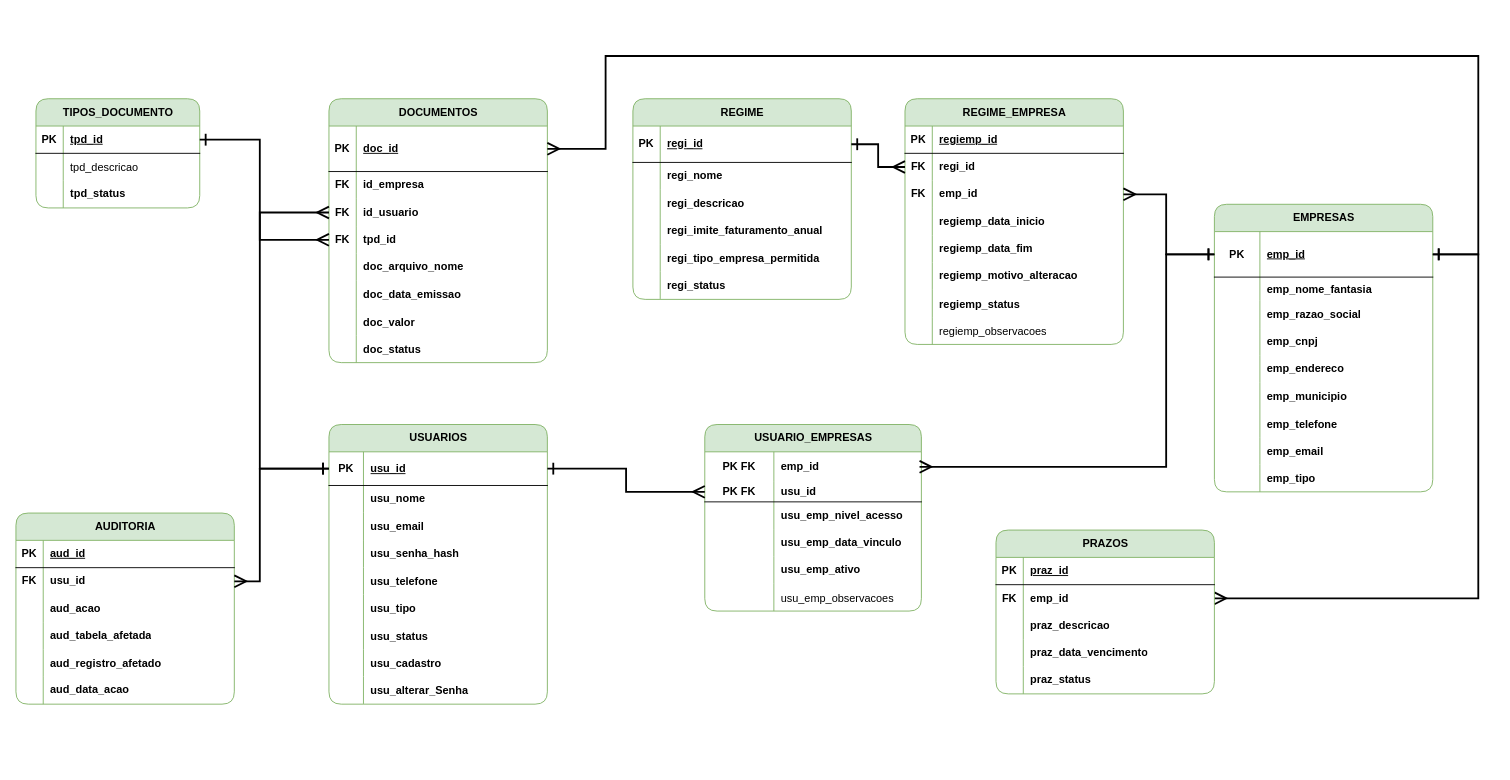
This is src/dataBase/Diagrama_Contabilidade_TCC.drawio from joaoromeira-etec/API-TCC-CONTAX, a draw.io file, before an edit. Source tidied: cells renumbered, new cells numbered last; positions are measured from the earlier drawing's top-left corner, leaving out a move shared by most shapes. Both pictures are drawn from the tidied source at 91%, with x=0, y=0 at pixel (15, 15).
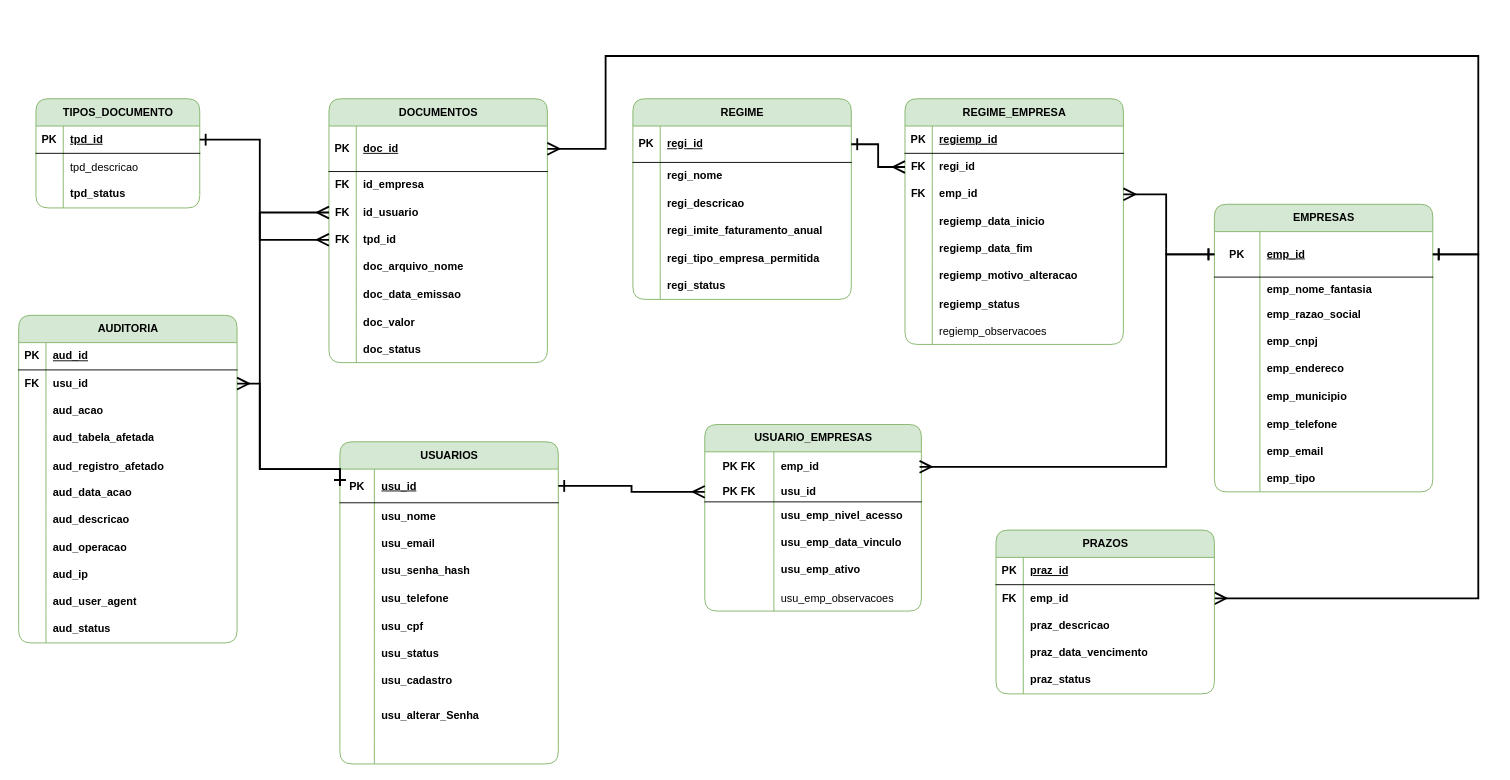
After the change.

Unchanged cells that the change refers to:
```xml
<mxCell id="3" style="shape=tableRow;horizontal=0;startSize=0;swimlaneHead=0;swimlaneBody=0;fillColor=none;points=[[0,0.5],[1,0.5]];portConstraint=eastwest;top=0;left=0;right=0;bottom=1;fontStyle=0;strokeColor=light-dark(#000000,#99CCFF);" parent="2" vertex="1">
  <mxGeometry y="30" width="240" height="37" as="geometry" />
</mxCell>
<mxCell id="18" style="shape=tableRow;horizontal=0;startSize=0;swimlaneHead=0;swimlaneBody=0;fillColor=none;top=0;left=0;right=0;bottom=0;" parent="2" vertex="1">
  <mxGeometry y="187" width="240" height="30" as="geometry" />
</mxCell>
<mxCell id="87" style="shape=tableRow;horizontal=0;startSize=0;swimlaneHead=0;swimlaneBody=0;fillColor=none;points=[[0,0.5],[1,0.5]];portConstraint=eastwest;top=0;left=0;right=0;bottom=0;" parent="83" vertex="1">
  <mxGeometry y="60" width="240" height="30" as="geometry" />
</mxCell>
```

Change to the diagram source:
```diff
@@
     <mxCell id="2" value="USUARIOS" style="shape=table;startSize=30;childLayout=tableLayout;rowLines=0;fontStyle=1;align=center;html=1;rounded=1;fillColor=#d5e8d4;strokeColor=#82b366;" parent="1" vertex="1">
-      <mxGeometry x="344" y="449" width="240" height="307.3" as="geometry" />
+      <mxGeometry x="356" y="468" width="240" height="354" as="geometry" />
     </mxCell>
@@
-    <mxCell id="20" value="usu_tipo" style="shape=partialRectangle;fillColor=none;top=0;left=0;bottom=0;right=0;align=left;spacingLeft=6;overflow=hidden;fontStyle=1;" parent="18" vertex="1">
+    <mxCell id="20" value="usu_cpf" style="shape=partialRectangle;fillColor=none;top=0;left=0;bottom=0;right=0;align=left;spacingLeft=6;overflow=hidden;fontStyle=1;" parent="18" vertex="1">
       <mxGeometry x="37.9" width="202.1" height="30" as="geometry" />
     </mxCell>
@@
     <mxCell id="27" style="shape=tableRow;horizontal=0;startSize=0;swimlaneHead=0;swimlaneBody=0;fillColor=none;top=0;left=0;right=0;bottom=0;" parent="2" vertex="1">
-      <mxGeometry y="277" width="240" height="30" as="geometry" />
+      <mxGeometry y="277" width="240" height="47" as="geometry" />
     </mxCell>
     <mxCell id="28" style="shape=partialRectangle;fillColor=none;top=0;left=0;bottom=0;right=0;overflow=hidden;" parent="27" vertex="1">
-      <mxGeometry width="37.9" height="30" as="geometry" />
+      <mxGeometry width="37.9" height="47" as="geometry" />
     </mxCell>
     <mxCell id="29" value="usu_alterar_Senha" style="shape=partialRectangle;fillColor=none;top=0;left=0;bottom=0;right=0;align=left;spacingLeft=6;overflow=hidden;fontStyle=1;" parent="27" vertex="1">
-      <mxGeometry x="37.9" width="202.1" height="30" as="geometry" />
+      <mxGeometry x="37.9" width="202.1" height="47" as="geometry" />
     </mxCell>
+    <mxCell id="201" style="shape=tableRow;horizontal=0;startSize=0;swimlaneHead=0;swimlaneBody=0;fillColor=none;top=0;left=0;right=0;bottom=0;" parent="2" vertex="1">
+      <mxGeometry y="324" width="240" height="30" as="geometry" />
+    </mxCell>
+    <mxCell id="202" style="shape=partialRectangle;fillColor=none;top=0;left=0;bottom=0;right=0;overflow=hidden;whiteSpace=wrap;html=1;" parent="201" vertex="1">
+      <mxGeometry width="37.9" height="30" as="geometry" />
+    </mxCell>
+    <mxCell id="203" style="shape=partialRectangle;fillColor=none;top=0;left=0;bottom=0;right=0;align=left;spacingLeft=6;overflow=hidden;whiteSpace=wrap;html=1;" parent="201" vertex="1">
+      <mxGeometry x="37.9" width="202.1" height="30" as="geometry" />
+    </mxCell>
@@
     <mxCell id="83" value="AUDITORIA" style="shape=table;startSize=30;childLayout=tableLayout;rowLines=0;fontStyle=1;align=center;html=1;rounded=1;fillColor=#d5e8d4;strokeColor=#82b366;" parent="1" vertex="1">
-      <mxGeometry y="546.3" width="240" height="210" as="geometry" />
+      <mxGeometry x="3" y="329" width="240" height="360" as="geometry" />
     </mxCell>
@@
+    <mxCell id="204" style="shape=tableRow;horizontal=0;startSize=0;swimlaneHead=0;swimlaneBody=0;fillColor=none;top=0;left=0;right=0;bottom=0;" parent="83" vertex="1">
+      <mxGeometry y="210" width="240" height="30" as="geometry" />
+    </mxCell>
+    <mxCell id="205" style="shape=partialRectangle;fillColor=none;top=0;left=0;bottom=0;right=0;overflow=hidden;whiteSpace=wrap;html=1;" parent="204" vertex="1">
+      <mxGeometry width="30" height="30" as="geometry" />
+    </mxCell>
+    <mxCell id="206" value="&lt;b&gt;aud_descricao&lt;/b&gt;" style="shape=partialRectangle;fillColor=none;top=0;left=0;bottom=0;right=0;align=left;spacingLeft=6;overflow=hidden;whiteSpace=wrap;html=1;" parent="204" vertex="1">
+      <mxGeometry x="30" width="210" height="30" as="geometry" />
+    </mxCell>
+    <mxCell id="207" style="shape=tableRow;horizontal=0;startSize=0;swimlaneHead=0;swimlaneBody=0;fillColor=none;top=0;left=0;right=0;bottom=0;" parent="83" vertex="1">
+      <mxGeometry y="240" width="240" height="30" as="geometry" />
+    </mxCell>
+    <mxCell id="208" style="shape=partialRectangle;fillColor=none;top=0;left=0;bottom=0;right=0;overflow=hidden;whiteSpace=wrap;html=1;" parent="207" vertex="1">
+      <mxGeometry width="30" height="30" as="geometry" />
+    </mxCell>
+    <mxCell id="209" value="&lt;b&gt;aud_operacao&lt;/b&gt;" style="shape=partialRectangle;fillColor=none;top=0;left=0;bottom=0;right=0;align=left;spacingLeft=6;overflow=hidden;whiteSpace=wrap;html=1;" parent="207" vertex="1">
+      <mxGeometry x="30" width="210" height="30" as="geometry" />
+    </mxCell>
+    <mxCell id="210" style="shape=tableRow;horizontal=0;startSize=0;swimlaneHead=0;swimlaneBody=0;fillColor=none;top=0;left=0;right=0;bottom=0;" parent="83" vertex="1">
+      <mxGeometry y="270" width="240" height="30" as="geometry" />
+    </mxCell>
+    <mxCell id="211" style="shape=partialRectangle;fillColor=none;top=0;left=0;bottom=0;right=0;overflow=hidden;whiteSpace=wrap;html=1;" parent="210" vertex="1">
+      <mxGeometry width="30" height="30" as="geometry" />
+    </mxCell>
+    <mxCell id="212" value="&lt;b&gt;aud_ip&lt;/b&gt;" style="shape=partialRectangle;fillColor=none;top=0;left=0;bottom=0;right=0;align=left;spacingLeft=6;overflow=hidden;whiteSpace=wrap;html=1;" parent="210" vertex="1">
+      <mxGeometry x="30" width="210" height="30" as="geometry" />
+    </mxCell>
+    <mxCell id="213" style="shape=tableRow;horizontal=0;startSize=0;swimlaneHead=0;swimlaneBody=0;fillColor=none;top=0;left=0;right=0;bottom=0;" parent="83" vertex="1">
+      <mxGeometry y="300" width="240" height="30" as="geometry" />
+    </mxCell>
+    <mxCell id="214" style="shape=partialRectangle;fillColor=none;top=0;left=0;bottom=0;right=0;overflow=hidden;whiteSpace=wrap;html=1;" parent="213" vertex="1">
+      <mxGeometry width="30" height="30" as="geometry" />
+    </mxCell>
+    <mxCell id="215" value="&lt;b&gt;aud_user_agent&lt;/b&gt;" style="shape=partialRectangle;fillColor=none;top=0;left=0;bottom=0;right=0;align=left;spacingLeft=6;overflow=hidden;whiteSpace=wrap;html=1;" parent="213" vertex="1">
+      <mxGeometry x="30" width="210" height="30" as="geometry" />
+    </mxCell>
+    <mxCell id="216" style="shape=tableRow;horizontal=0;startSize=0;swimlaneHead=0;swimlaneBody=0;fillColor=none;top=0;left=0;right=0;bottom=0;" parent="83" vertex="1">
+      <mxGeometry y="330" width="240" height="30" as="geometry" />
+    </mxCell>
+    <mxCell id="217" style="shape=partialRectangle;fillColor=none;top=0;left=0;bottom=0;right=0;overflow=hidden;whiteSpace=wrap;html=1;" parent="216" vertex="1">
+      <mxGeometry width="30" height="30" as="geometry" />
+    </mxCell>
+    <mxCell id="218" value="&lt;b&gt;aud_status&lt;/b&gt;" style="shape=partialRectangle;fillColor=none;top=0;left=0;bottom=0;right=0;align=left;spacingLeft=6;overflow=hidden;whiteSpace=wrap;html=1;" parent="216" vertex="1">
+      <mxGeometry x="30" width="210" height="30" as="geometry" />
+    </mxCell>
@@
     <mxCell id="187" style="endArrow=ERone;html=1;rounded=0;strokeWidth=2;startArrow=ERmany;startFill=0;endFill=0;edgeStyle=orthogonalEdgeStyle;endSize=10;startSize=10;entryX=0;entryY=0.5;entryDx=0;entryDy=0;exitX=1;exitY=0.5;exitDx=0;exitDy=0;" parent="1" edge="1" source="87" target="3">
       <mxGeometry relative="1" as="geometry">
         <Array as="points">
-          <mxPoint x="268" y="621" />
+          <mxPoint x="268" y="404" />
           <mxPoint x="268" y="498" />
-          <mxPoint x="344" y="498" />
         </Array>
       </mxGeometry>
     </mxCell>
```
